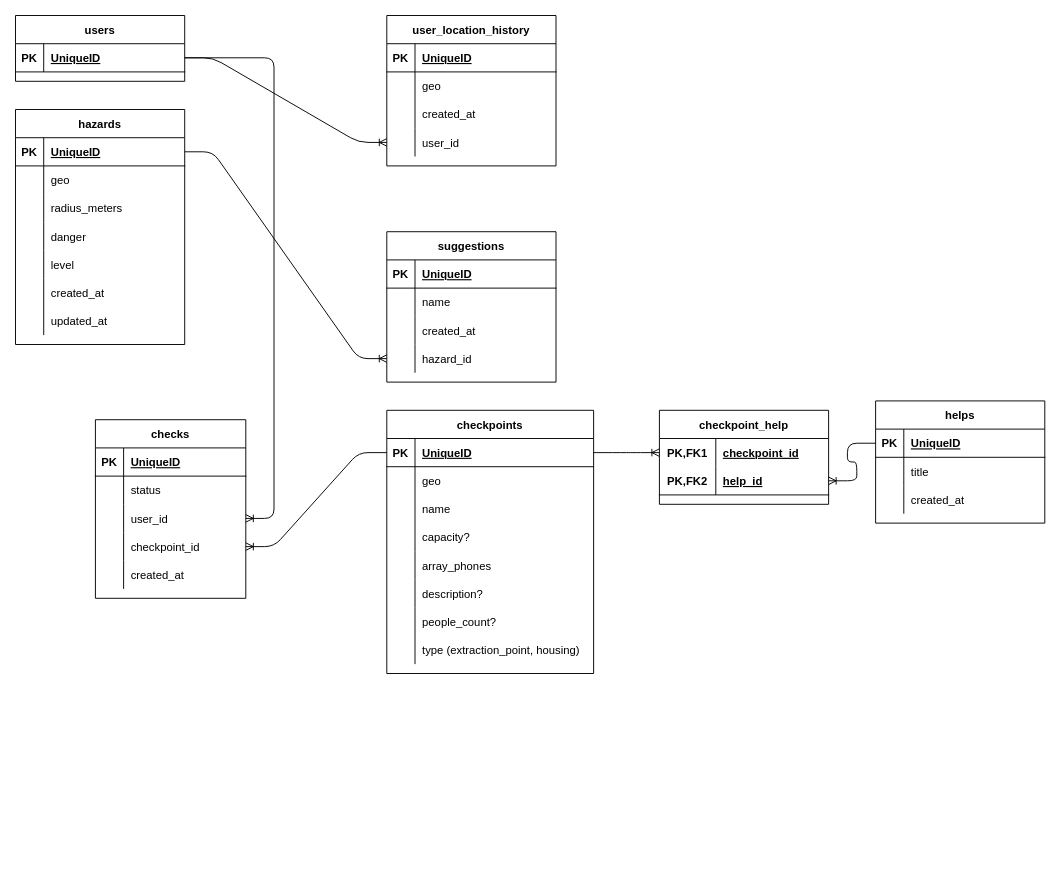
The draw.io diagram relieveme-back/db.drawio in BrosSquad/relieveme, before the edit. Source tidied: cells renumbered, new cells numbered last; positions are measured from the earlier drawing's top-left corner, leaving out a move shared by most shapes. Both pictures are drawn from the tidied source at 94%, with x=0, y=0 at pixel (15, 15).
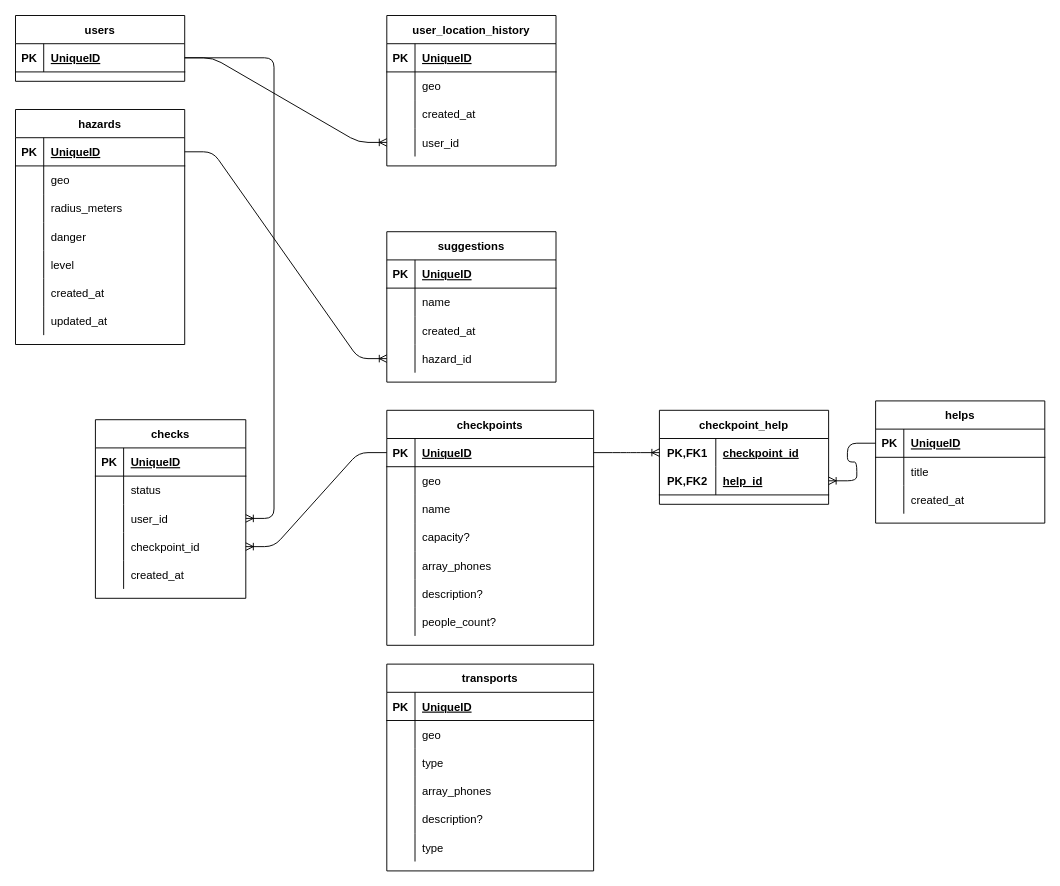
The same page after the edit.

The edit, as a diff of the source:
```diff
@@
     <mxCell id="56" value="checkpoints" style="shape=table;startSize=30;childLayout=tableLayout;rowLines=0;fontStyle=1;align=center;" parent="1" vertex="1">
-      <mxGeometry x="395" y="420" width="220" height="280" as="geometry" />
+      <mxGeometry x="395" y="420" width="220" height="250" as="geometry" />
     </mxCell>
@@
-    <mxCell id="78" style="shape=partialRectangle;fillColor=none;top=0;left=0;bottom=0;right=0;" parent="56" vertex="1">
-      <mxGeometry y="240" width="220" height="30" as="geometry" />
-    </mxCell>
-    <mxCell id="79" style="shape=partialRectangle;fillColor=none;top=0;left=0;bottom=0;right=0;overflow=hidden;" parent="78" vertex="1">
-      <mxGeometry width="30" height="30" as="geometry" />
-    </mxCell>
-    <mxCell id="80" value="type (extraction_point, housing)" style="shape=partialRectangle;fillColor=none;top=0;left=0;bottom=0;right=0;align=left;spacingLeft=6;overflow=hidden;" parent="78" vertex="1">
-      <mxGeometry x="30" width="190" height="30" as="geometry" />
-    </mxCell>
@@
+    <mxCell id="118" value="transports" style="shape=table;startSize=30;childLayout=tableLayout;rowLines=0;fontStyle=1;align=center;" parent="1" vertex="1">
+      <mxGeometry x="395" y="690" width="220" height="220" as="geometry" />
+    </mxCell>
+    <mxCell id="119" style="shape=partialRectangle;fillColor=none;top=0;left=0;bottom=1;right=0;" parent="118" vertex="1">
+      <mxGeometry y="30" width="220" height="30" as="geometry" />
+    </mxCell>
+    <mxCell id="120" value="PK" style="shape=partialRectangle;fillColor=none;top=0;left=0;bottom=0;right=0;fontStyle=1;overflow=hidden;" parent="119" vertex="1">
+      <mxGeometry width="30" height="30" as="geometry" />
+    </mxCell>
+    <mxCell id="121" value="UniqueID" style="shape=partialRectangle;fillColor=none;top=0;left=0;bottom=0;right=0;align=left;spacingLeft=6;fontStyle=5;overflow=hidden;" parent="119" vertex="1">
+      <mxGeometry x="30" width="190" height="30" as="geometry" />
+    </mxCell>
+    <mxCell id="122" style="shape=partialRectangle;fillColor=none;top=0;left=0;bottom=0;right=0;" parent="118" vertex="1">
+      <mxGeometry y="60" width="220" height="30" as="geometry" />
+    </mxCell>
+    <mxCell id="123" style="shape=partialRectangle;fillColor=none;top=0;left=0;bottom=0;right=0;overflow=hidden;" parent="122" vertex="1">
+      <mxGeometry width="30" height="30" as="geometry" />
+    </mxCell>
+    <mxCell id="124" value="geo" style="shape=partialRectangle;fillColor=none;top=0;left=0;bottom=0;right=0;align=left;spacingLeft=6;overflow=hidden;" parent="122" vertex="1">
+      <mxGeometry x="30" width="190" height="30" as="geometry" />
+    </mxCell>
+    <mxCell id="125" style="shape=partialRectangle;fillColor=none;top=0;left=0;bottom=0;right=0;" parent="118" vertex="1">
+      <mxGeometry y="90" width="220" height="30" as="geometry" />
+    </mxCell>
+    <mxCell id="126" style="shape=partialRectangle;fillColor=none;top=0;left=0;bottom=0;right=0;overflow=hidden;" parent="125" vertex="1">
+      <mxGeometry width="30" height="30" as="geometry" />
+    </mxCell>
+    <mxCell id="127" value="type" style="shape=partialRectangle;fillColor=none;top=0;left=0;bottom=0;right=0;align=left;spacingLeft=6;overflow=hidden;" parent="125" vertex="1">
+      <mxGeometry x="30" width="190" height="30" as="geometry" />
+    </mxCell>
+    <mxCell id="128" style="shape=partialRectangle;fillColor=none;top=0;left=0;bottom=0;right=0;" parent="118" vertex="1">
+      <mxGeometry y="120" width="220" height="30" as="geometry" />
+    </mxCell>
+    <mxCell id="129" style="shape=partialRectangle;fillColor=none;top=0;left=0;bottom=0;right=0;overflow=hidden;" parent="128" vertex="1">
+      <mxGeometry width="30" height="30" as="geometry" />
+    </mxCell>
+    <mxCell id="130" value="array_phones" style="shape=partialRectangle;fillColor=none;top=0;left=0;bottom=0;right=0;align=left;spacingLeft=6;overflow=hidden;" parent="128" vertex="1">
+      <mxGeometry x="30" width="190" height="30" as="geometry" />
+    </mxCell>
+    <mxCell id="131" style="shape=partialRectangle;fillColor=none;top=0;left=0;bottom=0;right=0;" parent="118" vertex="1">
+      <mxGeometry y="150" width="220" height="30" as="geometry" />
+    </mxCell>
+    <mxCell id="132" style="shape=partialRectangle;fillColor=none;top=0;left=0;bottom=0;right=0;overflow=hidden;" parent="131" vertex="1">
+      <mxGeometry width="30" height="30" as="geometry" />
+    </mxCell>
+    <mxCell id="133" value="description?" style="shape=partialRectangle;fillColor=none;top=0;left=0;bottom=0;right=0;align=left;spacingLeft=6;overflow=hidden;" parent="131" vertex="1">
+      <mxGeometry x="30" width="190" height="30" as="geometry" />
+    </mxCell>
+    <mxCell id="134" style="shape=partialRectangle;fillColor=none;top=0;left=0;bottom=0;right=0;" parent="118" vertex="1">
+      <mxGeometry y="180" width="220" height="30" as="geometry" />
+    </mxCell>
+    <mxCell id="135" style="shape=partialRectangle;fillColor=none;top=0;left=0;bottom=0;right=0;overflow=hidden;" parent="134" vertex="1">
+      <mxGeometry width="30" height="30" as="geometry" />
+    </mxCell>
+    <mxCell id="136" value="type" style="shape=partialRectangle;fillColor=none;top=0;left=0;bottom=0;right=0;align=left;spacingLeft=6;overflow=hidden;" parent="134" vertex="1">
+      <mxGeometry x="30" width="190" height="30" as="geometry" />
+    </mxCell>
```
